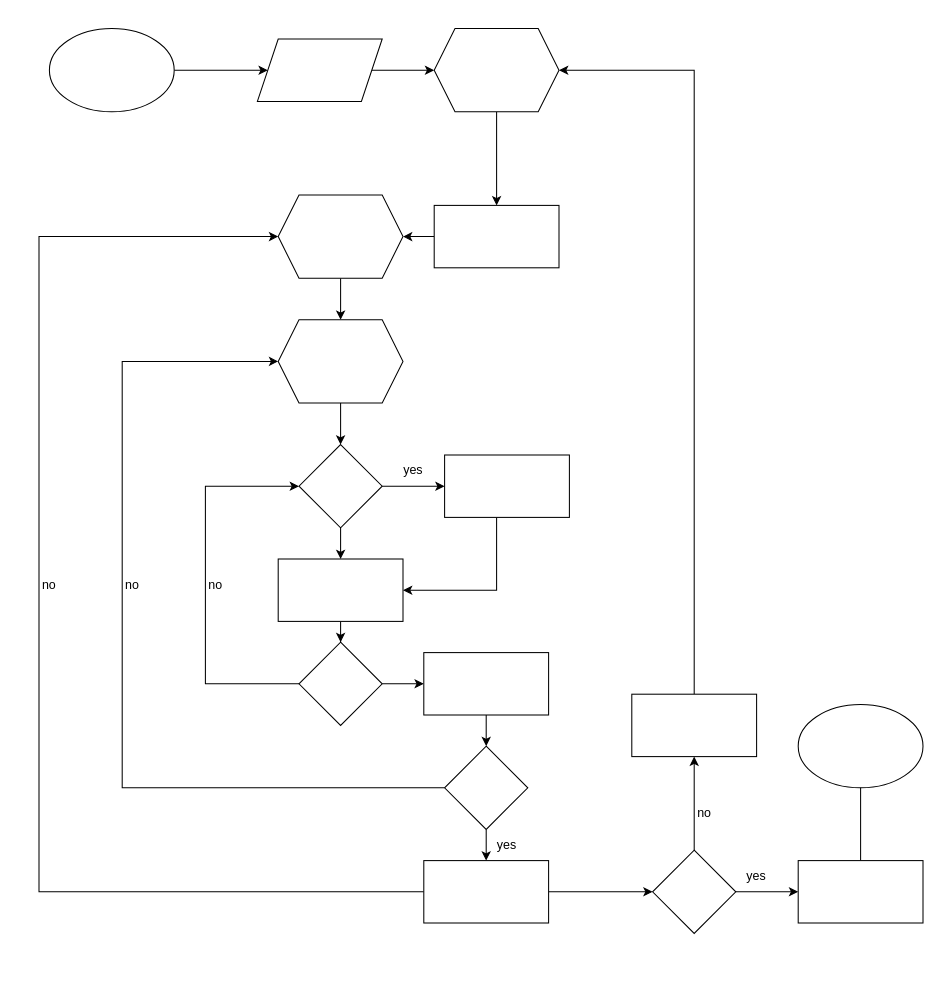
Earlier version of the draw.io diagram Untitled Diagram.drawio (vannszs/Zex). Source tidied: cells renumbered, new cells numbered last; positions are measured from the earlier drawing's top-left corner, leaving out a move shared by most shapes. Both pictures are drawn from the tidied source at 104%, with x=0, y=0 at pixel (18, 28).
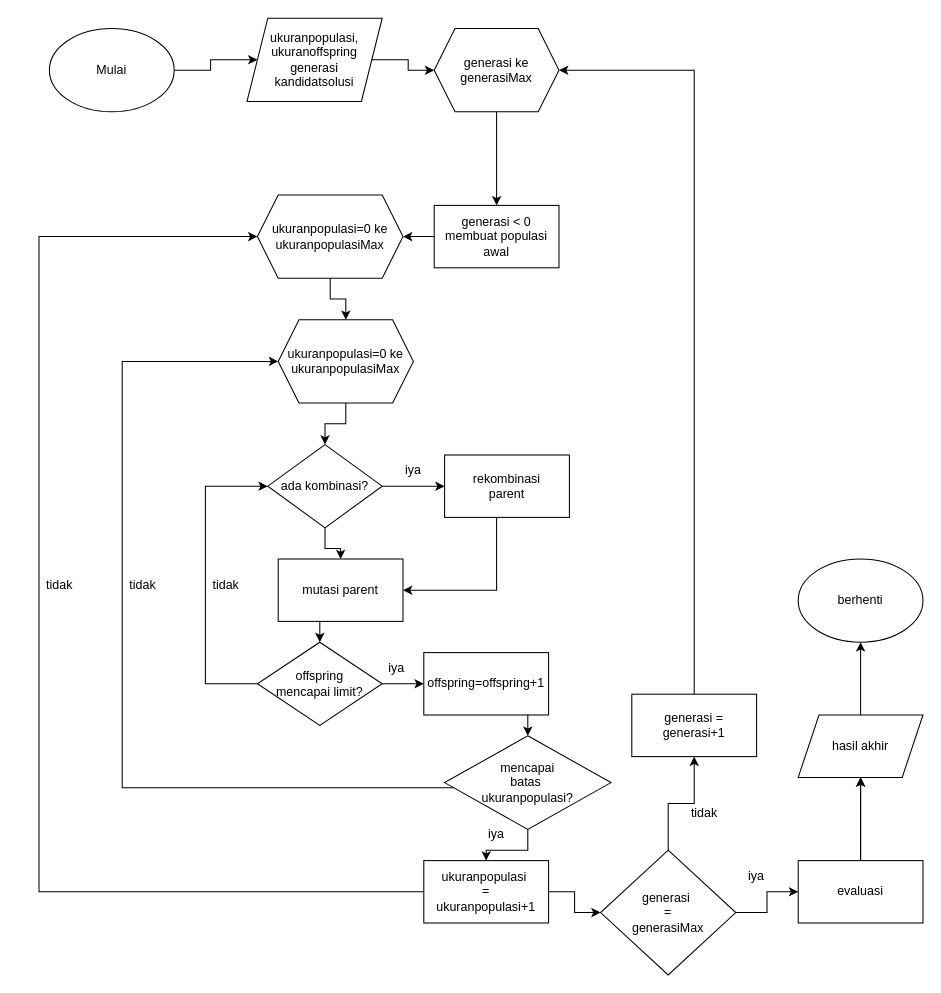
After the change.

Diff of the diagram source:
```diff
@@
-    <mxCell id="3" style="ellipse;whiteSpace=wrap;html=1;" parent="1" vertex="1">
+    <mxCell id="3" value="Mulai" style="ellipse;whiteSpace=wrap;html=1;" parent="1" vertex="1">
       <mxGeometry x="30" width="120" height="80" as="geometry" />
     </mxCell>
@@
-    <mxCell id="5" style="shape=parallelogram;perimeter=parallelogramPerimeter;whiteSpace=wrap;html=1;fixedSize=1;" parent="1" vertex="1">
-      <mxGeometry x="230" y="10" width="120" height="60" as="geometry" />
+    <mxCell id="5" value="ukuranpopulasi,&lt;br&gt;ukuranoffspring&lt;br&gt;generasi&lt;br&gt;kandidatsolusi" style="shape=parallelogram;perimeter=parallelogramPerimeter;whiteSpace=wrap;html=1;fixedSize=1;" parent="1" vertex="1">
+      <mxGeometry x="220" y="-10" width="130" height="80" as="geometry" />
     </mxCell>
@@
-    <mxCell id="7" style="shape=hexagon;perimeter=hexagonPerimeter2;whiteSpace=wrap;html=1;fixedSize=1;" parent="1" vertex="1">
+    <mxCell id="7" value="generasi ke generasiMax" style="shape=hexagon;perimeter=hexagonPerimeter2;whiteSpace=wrap;html=1;fixedSize=1;" parent="1" vertex="1">
       <mxGeometry x="400" width="120" height="80" as="geometry" />
     </mxCell>
@@
-    <mxCell id="9" style="whiteSpace=wrap;html=1;" parent="1" vertex="1">
+    <mxCell id="9" value="generasi &amp;lt; 0&lt;br&gt;membuat populasi&lt;br&gt;awal" style="whiteSpace=wrap;html=1;" parent="1" vertex="1">
       <mxGeometry x="400" y="170" width="120" height="60" as="geometry" />
     </mxCell>
@@
-    <mxCell id="11" style="shape=hexagon;perimeter=hexagonPerimeter2;whiteSpace=wrap;html=1;fixedSize=1;" parent="1" vertex="1">
-      <mxGeometry x="250" y="160" width="120" height="80" as="geometry" />
+    <mxCell id="11" value="ukuranpopulasi=0 ke&lt;br&gt;ukuranpopulasiMax" style="shape=hexagon;perimeter=hexagonPerimeter2;whiteSpace=wrap;html=1;fixedSize=1;" parent="1" vertex="1">
+      <mxGeometry x="230" y="160" width="140" height="80" as="geometry" />
     </mxCell>
@@
-    <mxCell id="13" style="shape=hexagon;perimeter=hexagonPerimeter2;whiteSpace=wrap;html=1;fixedSize=1;" parent="1" vertex="1">
-      <mxGeometry x="250" y="280" width="120" height="80" as="geometry" />
+    <mxCell id="13" value="ukuranpopulasi=0 ke&lt;br style=&quot;border-color: var(--border-color);&quot;&gt;ukuranpopulasiMax" style="shape=hexagon;perimeter=hexagonPerimeter2;whiteSpace=wrap;html=1;fixedSize=1;" parent="1" vertex="1">
+      <mxGeometry x="250" y="280" width="130" height="80" as="geometry" />
     </mxCell>
@@
-    <mxCell id="16" style="rhombus;whiteSpace=wrap;html=1;" parent="1" vertex="1">
-      <mxGeometry x="270" y="400" width="80" height="80" as="geometry" />
+    <mxCell id="16" value="ada kombinasi?" style="rhombus;whiteSpace=wrap;html=1;" parent="1" vertex="1">
+      <mxGeometry x="240" y="400" width="110" height="80" as="geometry" />
     </mxCell>
     <mxCell id="17" style="edgeStyle=orthogonalEdgeStyle;rounded=0;jettySize=auto;html=1;" parent="1" edge="1" source="18" target="21">
-      <mxGeometry relative="1" as="geometry" />
+      <mxGeometry relative="1" as="geometry">
+        <Array as="points">
+          <mxPoint x="290" y="580" />
+          <mxPoint x="290" y="580" />
+        </Array>
+      </mxGeometry>
     </mxCell>
-    <mxCell id="18" style="whiteSpace=wrap;html=1;" parent="1" vertex="1">
+    <mxCell id="18" value="mutasi parent" style="whiteSpace=wrap;html=1;" parent="1" vertex="1">
       <mxGeometry x="250" y="510" width="120" height="60" as="geometry" />
     </mxCell>
@@
-    <mxCell id="21" style="rhombus;whiteSpace=wrap;html=1;" parent="1" vertex="1">
-      <mxGeometry x="270" y="590" width="80" height="80" as="geometry" />
+    <mxCell id="21" value="offspring &lt;br&gt;mencapai limit?" style="rhombus;whiteSpace=wrap;html=1;" parent="1" vertex="1">
+      <mxGeometry x="230" y="590" width="120" height="80" as="geometry" />
     </mxCell>
     <mxCell id="22" style="edgeStyle=orthogonalEdgeStyle;rounded=0;jettySize=auto;html=1;" parent="1" edge="1" source="23" target="26">
-      <mxGeometry relative="1" as="geometry" />
+      <mxGeometry relative="1" as="geometry">
+        <Array as="points">
+          <mxPoint x="490" y="670" />
+          <mxPoint x="490" y="670" />
+        </Array>
+      </mxGeometry>
     </mxCell>
-    <mxCell id="23" style="whiteSpace=wrap;html=1;" parent="1" vertex="1">
+    <mxCell id="23" value="offspring=offspring+1" style="whiteSpace=wrap;html=1;" parent="1" vertex="1">
       <mxGeometry x="390" y="600" width="120" height="60" as="geometry" />
     </mxCell>
@@
-    <mxCell id="26" style="rhombus;whiteSpace=wrap;html=1;" parent="1" vertex="1">
-      <mxGeometry x="410" y="690" width="80" height="80" as="geometry" />
+    <mxCell id="26" value="mencapai &lt;br&gt;batas&amp;nbsp;&lt;br&gt;ukuranpopulasi?" style="rhombus;whiteSpace=wrap;html=1;" parent="1" vertex="1">
+      <mxGeometry x="410" y="680" width="160" height="90" as="geometry" />
     </mxCell>
@@
-    <mxCell id="29" style="whiteSpace=wrap;html=1;" parent="1" vertex="1">
+    <mxCell id="29" value="ukuranpopulasi&amp;nbsp;&lt;br&gt;=&lt;br&gt;ukuranpopulasi+1" style="whiteSpace=wrap;html=1;" parent="1" vertex="1">
       <mxGeometry x="390" y="800" width="120" height="60" as="geometry" />
     </mxCell>
@@
-    <mxCell id="32" style="rhombus;whiteSpace=wrap;html=1;" parent="1" vertex="1">
-      <mxGeometry x="610" y="790" width="80" height="80" as="geometry" />
+    <mxCell id="32" value="generasi&amp;nbsp;&lt;br&gt;=&lt;br&gt;generasiMax" style="rhombus;whiteSpace=wrap;html=1;" parent="1" vertex="1">
+      <mxGeometry x="560" y="790" width="130" height="120" as="geometry" />
     </mxCell>
@@
+    <mxCell id="47" style="edgeStyle=orthogonalEdgeStyle;rounded=0;jettySize=auto;html=1;" parent="1" edge="1" source="34" target="50">
+      <mxGeometry relative="1" as="geometry" />
+    </mxCell>
-    <mxCell id="34" style="whiteSpace=wrap;html=1;" parent="1" vertex="1">
+    <mxCell id="34" value="evaluasi" style="whiteSpace=wrap;html=1;" parent="1" vertex="1">
       <mxGeometry x="750" y="800" width="120" height="60" as="geometry" />
     </mxCell>
-    <mxCell id="35" style="ellipse;whiteSpace=wrap;html=1;" parent="1" vertex="1">
-      <mxGeometry x="750" y="650" width="120" height="80" as="geometry" />
+    <mxCell id="35" value="berhenti" style="ellipse;whiteSpace=wrap;html=1;" parent="1" vertex="1">
+      <mxGeometry x="750" y="510" width="120" height="80" as="geometry" />
     </mxCell>
@@
-    <mxCell id="37" style="whiteSpace=wrap;html=1;" parent="1" vertex="1">
+    <mxCell id="37" value="rekombinasi&lt;br&gt;parent" style="whiteSpace=wrap;html=1;" parent="1" vertex="1">
       <mxGeometry x="410" y="410" width="120" height="60" as="geometry" />
     </mxCell>
-    <mxCell id="38" value="yes" style="text;html=1;strokeColor=none;fillColor=none;align=center;verticalAlign=middle;whiteSpace=wrap;rounded=0;" parent="1" vertex="1">
+    <mxCell id="38" value="iya" style="text;html=1;strokeColor=none;fillColor=none;align=center;verticalAlign=middle;whiteSpace=wrap;rounded=0;" parent="1" vertex="1">
       <mxGeometry x="350" y="410" width="60" height="30" as="geometry" />
     </mxCell>
-    <mxCell id="39" value="no" style="text;html=1;strokeColor=none;fillColor=none;align=center;verticalAlign=middle;whiteSpace=wrap;rounded=0;" parent="1" vertex="1">
-      <mxGeometry x="160" y="520" width="60" height="30" as="geometry" />
+    <mxCell id="39" value="tidak" style="text;html=1;strokeColor=none;fillColor=none;align=center;verticalAlign=middle;whiteSpace=wrap;rounded=0;" parent="1" vertex="1">
+      <mxGeometry x="170" y="520" width="60" height="30" as="geometry" />
     </mxCell>
-    <mxCell id="40" value="no" style="text;html=1;strokeColor=none;fillColor=none;align=center;verticalAlign=middle;whiteSpace=wrap;rounded=0;" parent="1" vertex="1">
-      <mxGeometry x="80" y="520" width="60" height="30" as="geometry" />
+    <mxCell id="40" value="tidak" style="text;html=1;strokeColor=none;fillColor=none;align=center;verticalAlign=middle;whiteSpace=wrap;rounded=0;" parent="1" vertex="1">
+      <mxGeometry x="90" y="520" width="60" height="30" as="geometry" />
     </mxCell>
-    <mxCell id="41" value="no" style="text;html=1;strokeColor=none;fillColor=none;align=center;verticalAlign=middle;whiteSpace=wrap;rounded=0;" parent="1" vertex="1">
-      <mxGeometry y="520" width="60" height="30" as="geometry" />
+    <mxCell id="41" value="tidak" style="text;html=1;strokeColor=none;fillColor=none;align=center;verticalAlign=middle;whiteSpace=wrap;rounded=0;" parent="1" vertex="1">
+      <mxGeometry x="10" y="520" width="60" height="30" as="geometry" />
     </mxCell>
-    <mxCell id="42" value="yes" style="text;html=1;strokeColor=none;fillColor=none;align=center;verticalAlign=middle;whiteSpace=wrap;rounded=0;" parent="1" vertex="1">
-      <mxGeometry x="440" y="770" width="60" height="30" as="geometry" />
+    <mxCell id="42" value="iya" style="text;html=1;strokeColor=none;fillColor=none;align=center;verticalAlign=middle;whiteSpace=wrap;rounded=0;" parent="1" vertex="1">
+      <mxGeometry x="430" y="760" width="60" height="30" as="geometry" />
     </mxCell>
@@
-    <mxCell id="44" style="whiteSpace=wrap;html=1;" parent="1" vertex="1">
+    <mxCell id="44" value="generasi = generasi+1" style="whiteSpace=wrap;html=1;" parent="1" vertex="1">
       <mxGeometry x="590" y="640" width="120" height="60" as="geometry" />
     </mxCell>
-    <mxCell id="45" value="no" style="text;html=1;strokeColor=none;fillColor=none;align=center;verticalAlign=middle;whiteSpace=wrap;rounded=0;" parent="1" vertex="1">
+    <mxCell id="45" value="tidak" style="text;html=1;strokeColor=none;fillColor=none;align=center;verticalAlign=middle;whiteSpace=wrap;rounded=0;" parent="1" vertex="1">
       <mxGeometry x="630" y="740" width="60" height="30" as="geometry" />
     </mxCell>
-    <mxCell id="46" value="yes" style="text;html=1;strokeColor=none;fillColor=none;align=center;verticalAlign=middle;whiteSpace=wrap;rounded=0;" parent="1" vertex="1">
+    <mxCell id="46" value="iya" style="text;html=1;strokeColor=none;fillColor=none;align=center;verticalAlign=middle;whiteSpace=wrap;rounded=0;" parent="1" vertex="1">
       <mxGeometry x="680" y="800" width="60" height="30" as="geometry" />
     </mxCell>
+    <mxCell id="48" value="iya" style="text;html=1;strokeColor=none;fillColor=none;align=center;verticalAlign=middle;whiteSpace=wrap;rounded=0;" parent="1" vertex="1">
+      <mxGeometry x="334" y="600" width="60" height="30" as="geometry" />
+    </mxCell>
+    <mxCell id="49" style="edgeStyle=orthogonalEdgeStyle;rounded=0;jettySize=auto;html=1;" parent="1" edge="1" source="50" target="35">
+      <mxGeometry relative="1" as="geometry" />
+    </mxCell>
+    <mxCell id="50" value="hasil akhir" style="shape=parallelogram;perimeter=parallelogramPerimeter;whiteSpace=wrap;html=1;fixedSize=1;" parent="1" vertex="1">
+      <mxGeometry x="750" y="660" width="120" height="60" as="geometry" />
+    </mxCell>
```
